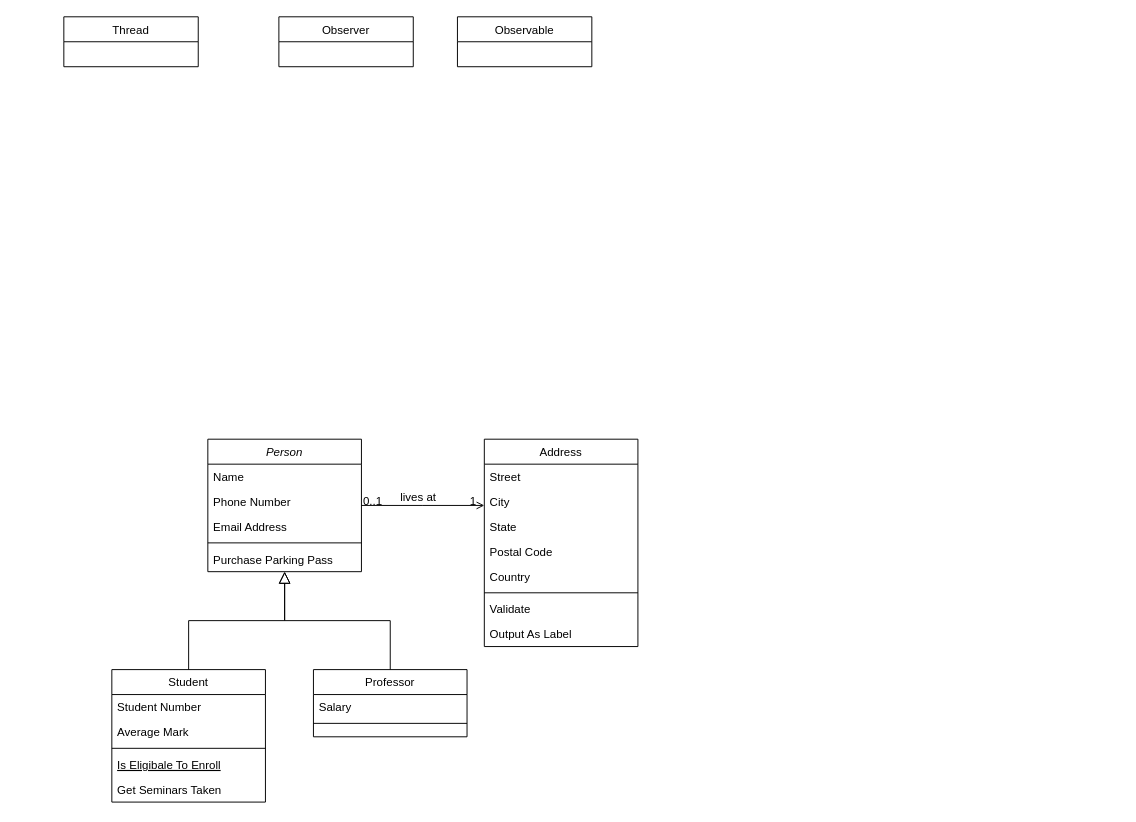
Before: Conception/Gyromite Class Diagram.drawio in Yaimuu/Gyromite, a draw.io diagram. Source tidied: cells renumbered, new cells numbered last; positions are measured from the earlier drawing's top-left corner, leaving out a move shared by most shapes. Both pictures are drawn from the tidied source at 96%, with x=0, y=0 at pixel (63, 16).
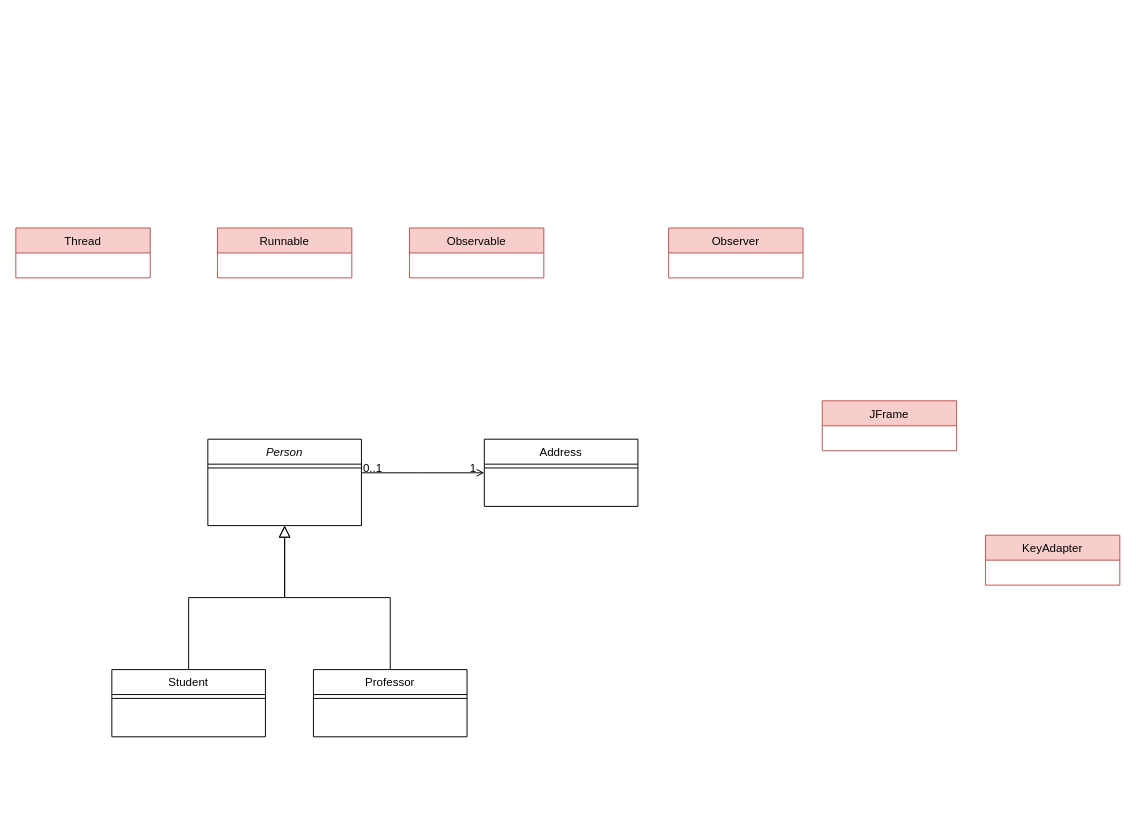
After the change.

Unchanged cells that the change refers to:
```xml
<mxCell id="15" value="Professor" style="swimlane;fontStyle=0;align=center;verticalAlign=top;horizontal=1;startSize=26;rounded=0;shadow=0;strokeWidth=1;" parent="1" vertex="1">
  <mxGeometry x="260" y="680" width="160" height="70" as="geometry" />
</mxCell>
<mxCell id="28" style="endArrow=open;shadow=0;strokeWidth=1;rounded=0;endFill=1;edgeStyle=elbowEdgeStyle;elbow=vertical;" parent="1" edge="1" source="2" target="19">
  <mxGeometry x="0.5" y="41" relative="1" as="geometry">
    <mxPoint x="-40" y="32" as="offset" />
  </mxGeometry>
</mxCell>
```

The edit, as a diff of the source:
```diff
@@
     <mxCell id="2" value="Person" style="swimlane;fontStyle=2;align=center;verticalAlign=top;horizontal=1;startSize=26;rounded=0;shadow=0;strokeWidth=1;" parent="1" vertex="1">
-      <mxGeometry x="150" y="440" width="160" height="138" as="geometry" />
+      <mxGeometry x="150" y="440" width="160" height="90" as="geometry" />
     </mxCell>
-    <mxCell id="3" value="Name" style="text;align=left;verticalAlign=top;spacingLeft=4;spacingRight=4;overflow=hidden;" parent="2" vertex="1">
-      <mxGeometry y="26" width="160" height="26" as="geometry" />
-    </mxCell>
-    <mxCell id="4" value="Phone Number" style="text;align=left;verticalAlign=top;spacingLeft=4;spacingRight=4;overflow=hidden;rounded=0;shadow=0;html=0;" parent="2" vertex="1">
-      <mxGeometry y="52" width="160" height="26" as="geometry" />
-    </mxCell>
-    <mxCell id="5" value="Email Address" style="text;align=left;verticalAlign=top;spacingLeft=4;spacingRight=4;overflow=hidden;rounded=0;shadow=0;html=0;" parent="2" vertex="1">
-      <mxGeometry y="78" width="160" height="26" as="geometry" />
-    </mxCell>
     <mxCell id="6" style="line;html=1;strokeWidth=1;align=left;verticalAlign=middle;spacingTop=-1;spacingLeft=3;spacingRight=3;labelPosition=right;" parent="2" vertex="1">
-      <mxGeometry y="104" width="160" height="8" as="geometry" />
+      <mxGeometry y="26" width="160" height="8" as="geometry" />
     </mxCell>
-    <mxCell id="7" value="Purchase Parking Pass" style="text;align=left;verticalAlign=top;spacingLeft=4;spacingRight=4;overflow=hidden;" parent="2" vertex="1">
-      <mxGeometry y="112" width="160" height="26" as="geometry" />
-    </mxCell>
     <mxCell id="8" value="Student" style="swimlane;fontStyle=0;align=center;verticalAlign=top;horizontal=1;startSize=26;rounded=0;shadow=0;strokeWidth=1;" parent="1" vertex="1">
-      <mxGeometry x="50" y="680" width="160" height="138" as="geometry" />
+      <mxGeometry x="50" y="680" width="160" height="70" as="geometry" />
     </mxCell>
-    <mxCell id="9" value="Student Number" style="text;align=left;verticalAlign=top;spacingLeft=4;spacingRight=4;overflow=hidden;" parent="8" vertex="1">
-      <mxGeometry y="26" width="160" height="26" as="geometry" />
-    </mxCell>
-    <mxCell id="10" value="Average Mark" style="text;align=left;verticalAlign=top;spacingLeft=4;spacingRight=4;overflow=hidden;rounded=0;shadow=0;html=0;" parent="8" vertex="1">
-      <mxGeometry y="52" width="160" height="26" as="geometry" />
-    </mxCell>
     <mxCell id="11" style="line;html=1;strokeWidth=1;align=left;verticalAlign=middle;spacingTop=-1;spacingLeft=3;spacingRight=3;labelPosition=right;" parent="8" vertex="1">
-      <mxGeometry y="78" width="160" height="8" as="geometry" />
+      <mxGeometry y="26" width="160" height="8" as="geometry" />
     </mxCell>
-    <mxCell id="12" value="Is Eligibale To Enroll" style="text;align=left;verticalAlign=top;spacingLeft=4;spacingRight=4;overflow=hidden;fontStyle=4;" parent="8" vertex="1">
-      <mxGeometry y="86" width="160" height="26" as="geometry" />
-    </mxCell>
-    <mxCell id="13" value="Get Seminars Taken" style="text;align=left;verticalAlign=top;spacingLeft=4;spacingRight=4;overflow=hidden;" parent="8" vertex="1">
-      <mxGeometry y="112" width="160" height="26" as="geometry" />
-    </mxCell>
@@
-    <mxCell id="16" value="Salary" style="text;align=left;verticalAlign=top;spacingLeft=4;spacingRight=4;overflow=hidden;" parent="15" vertex="1">
-      <mxGeometry y="26" width="160" height="26" as="geometry" />
-    </mxCell>
     <mxCell id="17" style="line;html=1;strokeWidth=1;align=left;verticalAlign=middle;spacingTop=-1;spacingLeft=3;spacingRight=3;labelPosition=right;" parent="15" vertex="1">
-      <mxGeometry y="52" width="160" height="8" as="geometry" />
+      <mxGeometry y="26" width="160" height="8" as="geometry" />
     </mxCell>
@@
     <mxCell id="19" value="Address" style="swimlane;fontStyle=0;align=center;verticalAlign=top;horizontal=1;startSize=26;rounded=0;shadow=0;strokeWidth=1;" parent="1" vertex="1">
-      <mxGeometry x="438" y="440" width="160" height="216" as="geometry" />
+      <mxGeometry x="438" y="440" width="160" height="70" as="geometry" />
     </mxCell>
-    <mxCell id="20" value="Street" style="text;align=left;verticalAlign=top;spacingLeft=4;spacingRight=4;overflow=hidden;" parent="19" vertex="1">
-      <mxGeometry y="26" width="160" height="26" as="geometry" />
-    </mxCell>
-    <mxCell id="21" value="City" style="text;align=left;verticalAlign=top;spacingLeft=4;spacingRight=4;overflow=hidden;rounded=0;shadow=0;html=0;" parent="19" vertex="1">
-      <mxGeometry y="52" width="160" height="26" as="geometry" />
-    </mxCell>
-    <mxCell id="22" value="State" style="text;align=left;verticalAlign=top;spacingLeft=4;spacingRight=4;overflow=hidden;rounded=0;shadow=0;html=0;" parent="19" vertex="1">
-      <mxGeometry y="78" width="160" height="26" as="geometry" />
-    </mxCell>
-    <mxCell id="23" value="Postal Code" style="text;align=left;verticalAlign=top;spacingLeft=4;spacingRight=4;overflow=hidden;rounded=0;shadow=0;html=0;" parent="19" vertex="1">
-      <mxGeometry y="104" width="160" height="26" as="geometry" />
-    </mxCell>
-    <mxCell id="24" value="Country" style="text;align=left;verticalAlign=top;spacingLeft=4;spacingRight=4;overflow=hidden;rounded=0;shadow=0;html=0;" parent="19" vertex="1">
-      <mxGeometry y="130" width="160" height="26" as="geometry" />
-    </mxCell>
     <mxCell id="25" style="line;html=1;strokeWidth=1;align=left;verticalAlign=middle;spacingTop=-1;spacingLeft=3;spacingRight=3;labelPosition=right;" parent="19" vertex="1">
-      <mxGeometry y="156" width="160" height="8" as="geometry" />
+      <mxGeometry y="26" width="160" height="8" as="geometry" />
     </mxCell>
-    <mxCell id="26" value="Validate" style="text;align=left;verticalAlign=top;spacingLeft=4;spacingRight=4;overflow=hidden;" parent="19" vertex="1">
-      <mxGeometry y="164" width="160" height="26" as="geometry" />
-    </mxCell>
-    <mxCell id="27" value="Output As Label" style="text;align=left;verticalAlign=top;spacingLeft=4;spacingRight=4;overflow=hidden;" parent="19" vertex="1">
-      <mxGeometry y="190" width="160" height="26" as="geometry" />
-    </mxCell>
@@
-    <mxCell id="31" value="lives at" style="text;html=1;align=center;verticalAlign=middle;labelBackgroundColor=none;rounded=0;shadow=0;strokeWidth=1;fontSize=12;" parent="28" vertex="1">
-      <mxGeometry x="0.5" y="49" relative="1" as="geometry">
-        <mxPoint x="-38" y="40" as="offset" />
-      </mxGeometry>
-    </mxCell>
-    <mxCell id="32" value="Thread" style="swimlane;fontStyle=0;horizontal=1;startSize=26;fillColor=none;" parent="1" vertex="1">
-      <mxGeometry width="140" height="52" as="geometry" />
+    <mxCell id="32" value="Thread" style="swimlane;fontStyle=0;horizontal=1;startSize=26;fillColor=#f8cecc;strokeColor=#b85450;" parent="1" vertex="1">
+      <mxGeometry x="-50" y="220" width="140" height="52" as="geometry" />
     </mxCell>
-    <mxCell id="33" value="Observer" style="swimlane;fontStyle=0;horizontal=1;startSize=26;fillColor=none;" parent="1" vertex="1">
-      <mxGeometry x="224" width="140" height="52" as="geometry" />
+    <mxCell id="33" value="Observer" style="swimlane;fontStyle=0;horizontal=1;startSize=26;fillColor=#f8cecc;strokeColor=#b85450;" parent="1" vertex="1">
+      <mxGeometry x="630" y="220" width="140" height="52" as="geometry" />
     </mxCell>
-    <mxCell id="34" value="Observable" style="swimlane;fontStyle=0;horizontal=1;startSize=26;fillColor=none;" parent="1" vertex="1">
-      <mxGeometry x="410" width="140" height="52" as="geometry" />
+    <mxCell id="34" value="Observable" style="swimlane;fontStyle=0;horizontal=1;startSize=26;fillColor=#f8cecc;strokeColor=#b85450;" parent="1" vertex="1">
+      <mxGeometry x="360" y="220" width="140" height="52" as="geometry" />
     </mxCell>
+    <mxCell id="35" value="Runnable" style="swimlane;fontStyle=0;horizontal=1;startSize=26;fillColor=#f8cecc;strokeColor=#b85450;" parent="1" vertex="1">
+      <mxGeometry x="160" y="220" width="140" height="52" as="geometry" />
+    </mxCell>
+    <mxCell id="36" value="JFrame" style="swimlane;fontStyle=0;horizontal=1;startSize=26;fillColor=#f8cecc;strokeColor=#b85450;" parent="1" vertex="1">
+      <mxGeometry x="790" y="400" width="140" height="52" as="geometry" />
+    </mxCell>
+    <mxCell id="37" value="KeyAdapter" style="swimlane;fontStyle=0;horizontal=1;startSize=26;fillColor=#f8cecc;strokeColor=#b85450;" parent="1" vertex="1">
+      <mxGeometry x="960" y="540" width="140" height="52" as="geometry" />
+    </mxCell>
```
